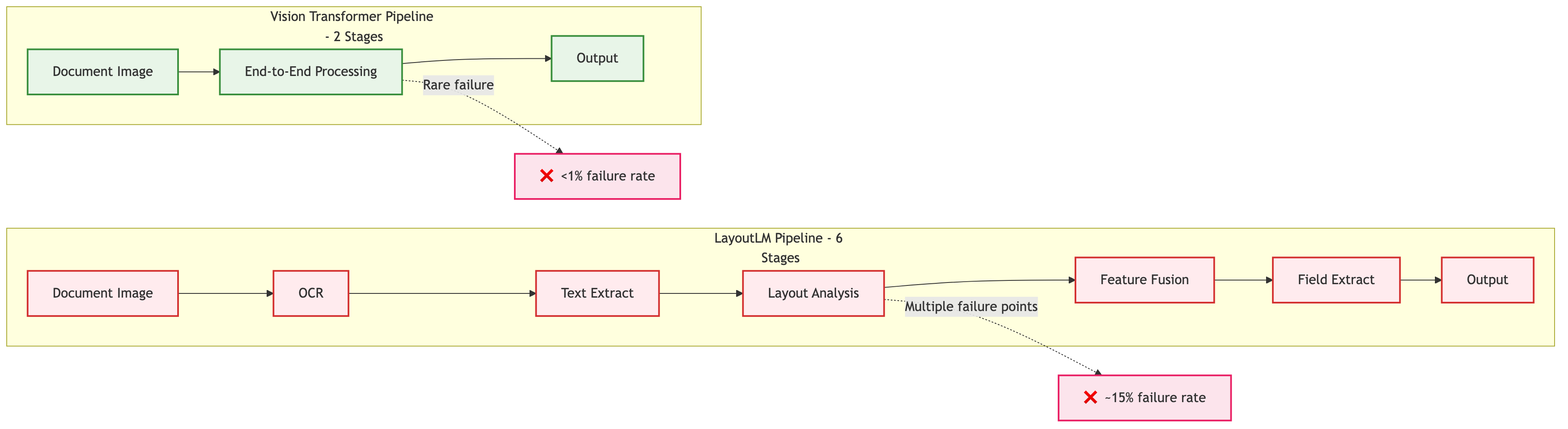
Above: presentation_materials/presentation_diagrams/mermaid_exports/Document_Processing_Pipeline_Comparison_v2.png in tmnestor/unified_vision_processor_minimal (Mermaid), before the change. Its source is kept beside it as presentation_materials/presentation_diagrams/mermaid_exports/Document_Processing_Pipeline_Comparison_v2.mmd.
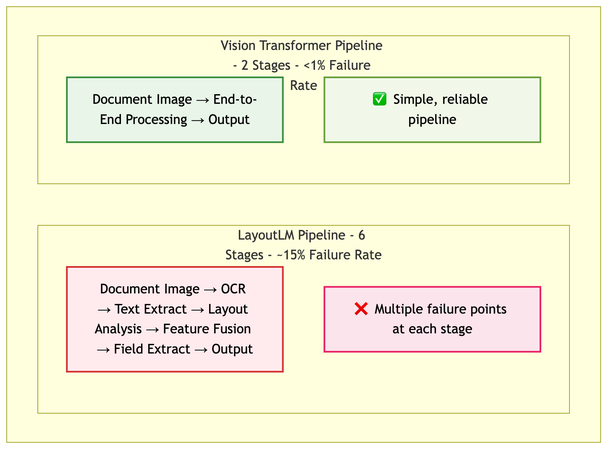
The same diagram one commit later.

Commit message:
✨ feat: update Document Processing Pipeline comparison diagram for enhanced clarity and consistency

What changed in the source:
```diff
@@ -1,21 +1,22 @@
-flowchart LR
-    subgraph L ["LayoutLM Pipeline - 6 Stages"]
-        direction LR
-        L1[Document Image] --> L2[OCR] --> L3[Text Extract] --> L4[Layout Analysis] --> L5[Feature Fusion] --> L6[Field Extract] --> L7[Output]
+graph TB
+    subgraph comparison [" "]
+        subgraph layoutlm ["LayoutLM Pipeline - 6 Stages - ~15% Failure Rate"]
+            L1["Document Image → OCR → Text Extract → Layout Analysis → Feature Fusion → Field Extract → Output"]
+            L2["❌ Multiple failure points at each stage"]
+        end
+
+        subgraph vit ["Vision Transformer Pipeline - 2 Stages - <1% Failure Rate"]
+            V1["Document Image → End-to-End Processing → Output"]
+            V2["✅ Simple, reliable pipeline"]
+        end
     end
 
-    subgraph V ["Vision Transformer Pipeline - 2 Stages"]
-        direction LR
-        V1[Document Image] --> V2[End-to-End Processing] --> V3[Output]
-    end
+    classDef layoutlmNode fill:#ffebee,stroke:#d32f2f,stroke-width:2px,color:#000
+    classDef vitNode fill:#e8f5e8,stroke:#388e3c,stroke-width:2px,color:#000
+    classDef failure fill:#fce4ec,stroke:#e91e63,stroke-width:2px,color:#000
+    classDef success fill:#f1f8e9,stroke:#689f38,stroke-width:2px,color:#000
 
-    L4 -.->|Multiple failure points| LF[❌ ~15% failure rate]
-    V2 -.->|Rare failure| VF[❌ <1% failure rate]
-
-    classDef layoutlm fill:#ffebee,stroke:#d32f2f,stroke-width:2px
-    classDef vit fill:#e8f5e8,stroke:#388e3c,stroke-width:2px
-    classDef failure fill:#fce4ec,stroke:#e91e63,stroke-width:2px
-
-    class L1,L2,L3,L4,L5,L6,L7 layoutlm
-    class V1,V2,V3 vit
-    class LF,VF failure
+    class L1 layoutlmNode
+    class L2 failure
+    class V1 vitNode
+    class V2 success
```
